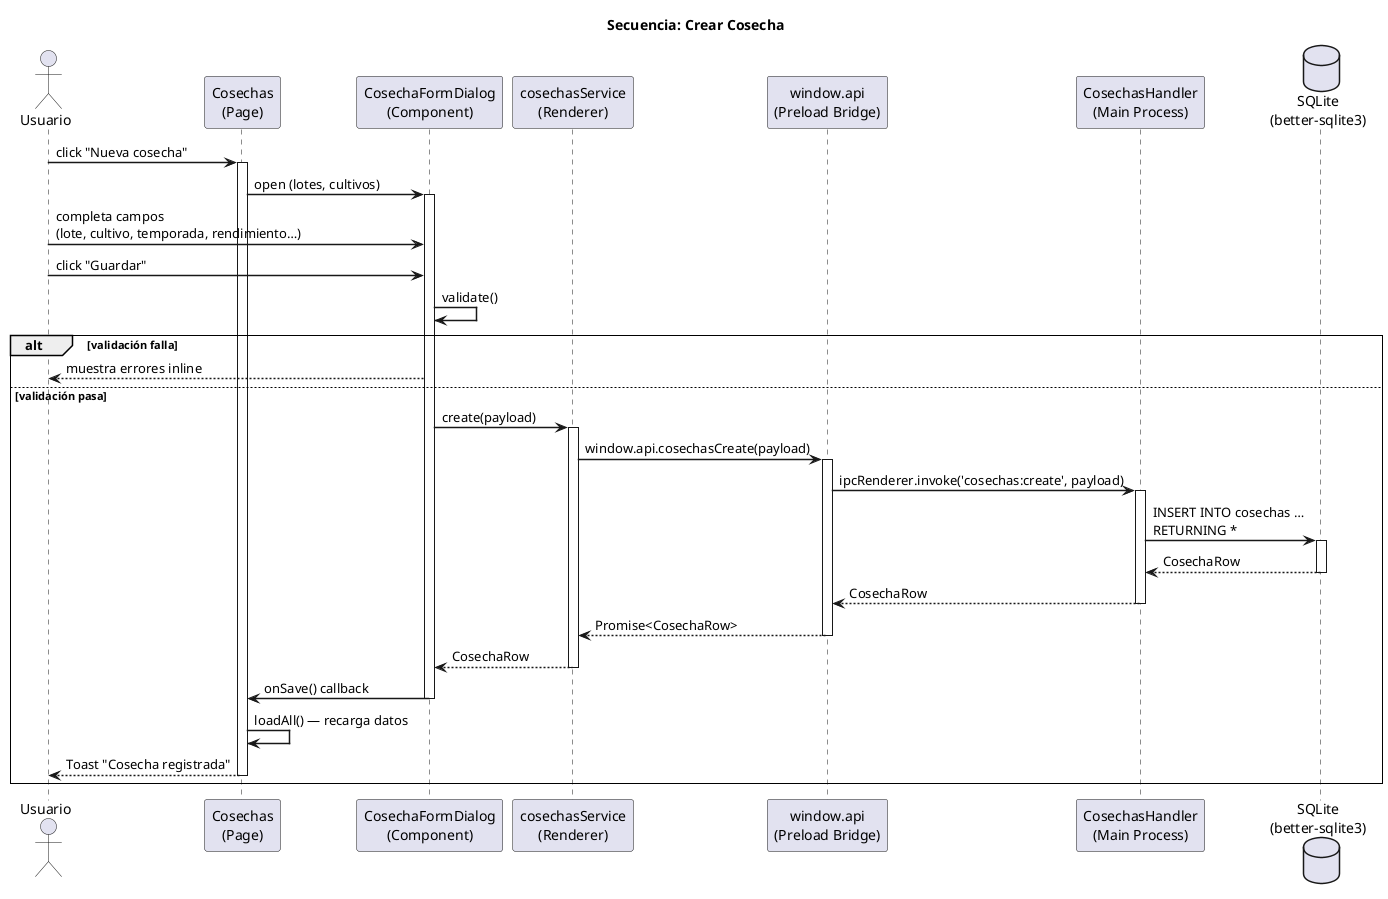
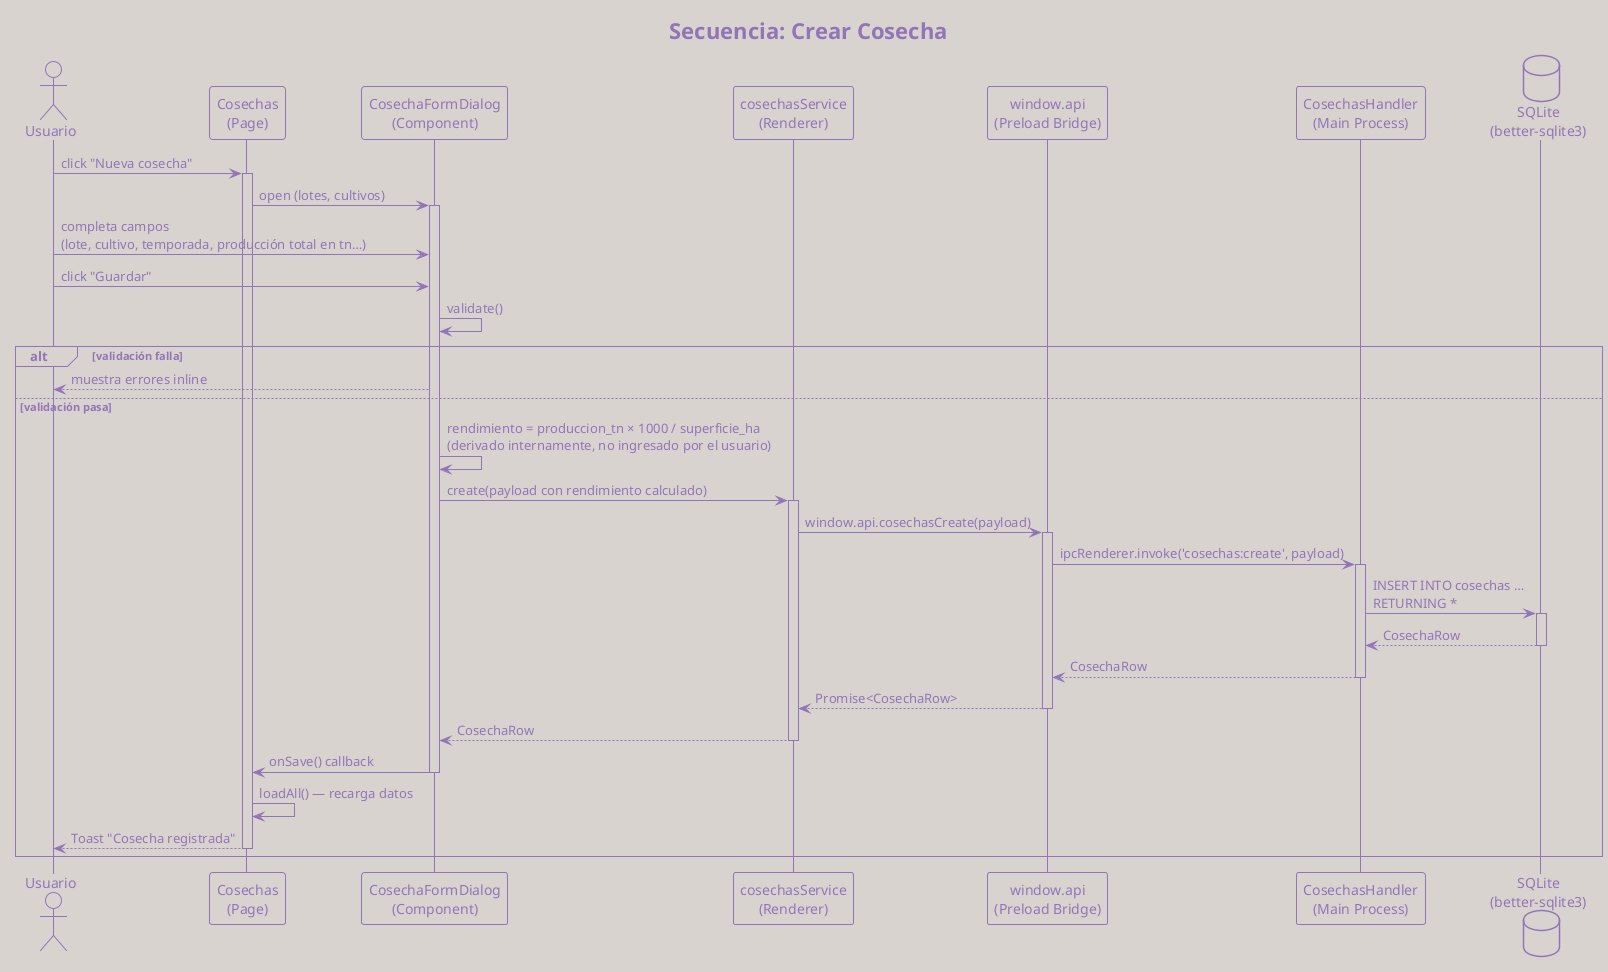
@startuml sequence-crear-cosecha
title Secuencia: Crear Cosecha

skinparam sequenceArrowThickness 1.5
skinparam sequenceGroupBorderThickness 1
skinparam shadowing false
+ 
+ !theme mimeograph

actor Usuario as U
participant "Cosechas\n(Page)" as Page
participant "CosechaFormDialog\n(Component)" as Dialog
participant "cosechasService\n(Renderer)" as Svc
participant "window.api\n(Preload Bridge)" as API
participant "CosechasHandler\n(Main Process)" as Handler
database "SQLite\n(better-sqlite3)" as DB

U -> Page : click "Nueva cosecha"
activate Page

Page -> Dialog : open (lotes, cultivos)
activate Dialog

- U -> Dialog : completa campos\n(lote, cultivo, temporada, rendimiento…)
+ U -> Dialog : completa campos\n(lote, cultivo, temporada, producción total en tn…)
U -> Dialog : click "Guardar"

Dialog -> Dialog : validate()
alt validación falla
  Dialog --> U : muestra errores inline
else validación pasa
-   Dialog -> Svc : create(payload)
+   Dialog -> Dialog : rendimiento = produccion_tn × 1000 / superficie_ha\n(derivado internamente, no ingresado por el usuario)
+ 
+   Dialog -> Svc : create(payload con rendimiento calculado)
  activate Svc

  Svc -> API : window.api.cosechasCreate(payload)
  activate API

  API -> Handler : ipcRenderer.invoke('cosechas:create', payload)
  activate Handler

  Handler -> DB : INSERT INTO cosechas …\nRETURNING *
  activate DB
  DB --> Handler : CosechaRow
  deactivate DB

  Handler --> API : CosechaRow
  deactivate Handler

  API --> Svc : Promise<CosechaRow>
  deactivate API

  Svc --> Dialog : CosechaRow
  deactivate Svc

  Dialog -> Page : onSave() callback
  deactivate Dialog

  Page -> Page : loadAll() — recarga datos
  Page --> U : Toast "Cosecha registrada"
  deactivate Page
end

@enduml
